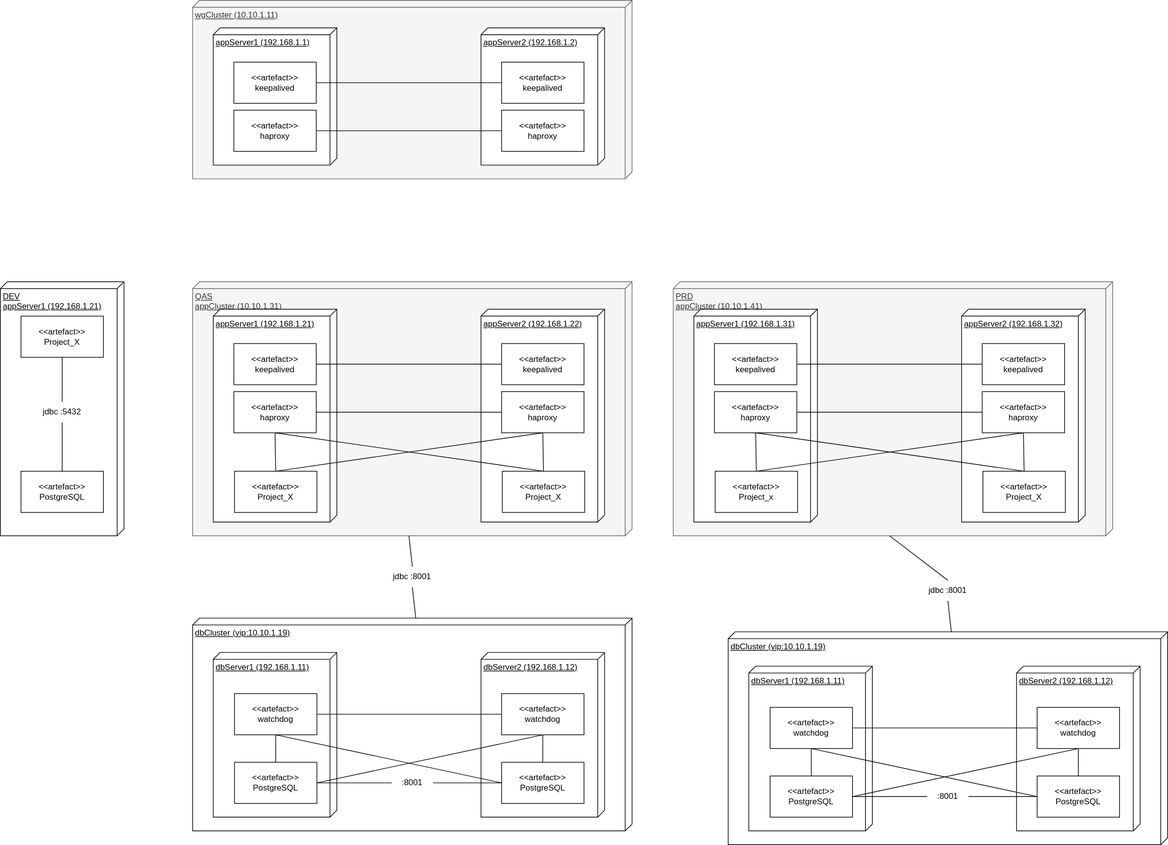
The draw.io diagram DeployDiagram.svg in LordOfPhys/project_x, before a commit. Source tidied: cells renumbered, new cells last; positions are measured from the earlier drawing's top-left corner, leaving out a move shared by most shapes.
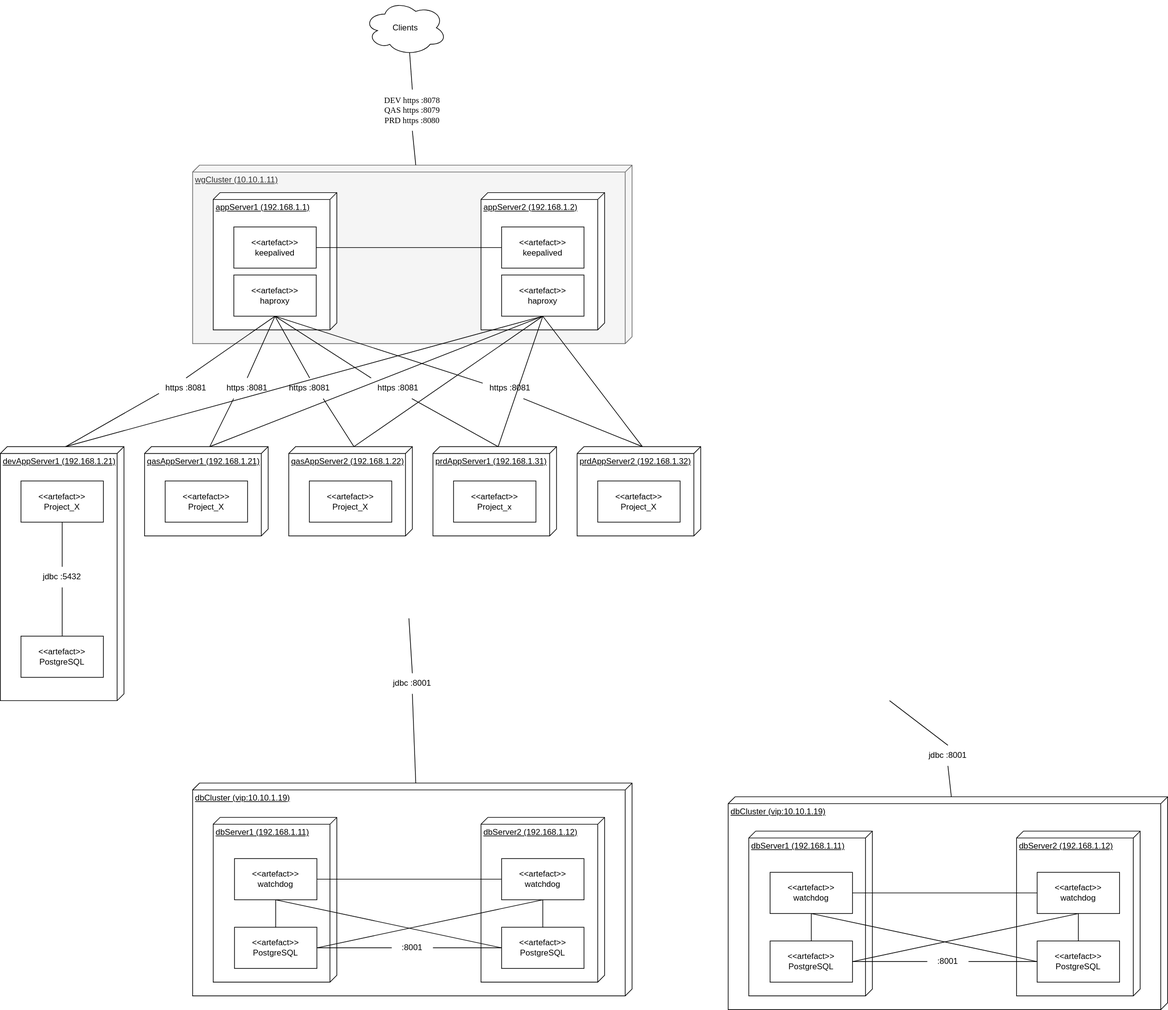
Later version of the same file.

Change to the diagram source:
```diff
@@ -7,7 +7,4 @@
     </mxCell>
-    <mxCell id="3" value="PRD&lt;br&gt;appCluster (10.10.1.41)" style="verticalAlign=top;align=left;spacingTop=8;spacingLeft=2;spacingRight=12;shape=cube;size=10;direction=south;fontStyle=4;html=1;fillColor=#f5f5f5;fontColor=#333333;strokeColor=#666666;" parent="1" vertex="1">
-      <mxGeometry x="980" y="410" width="640" height="370" as="geometry" />
-    </mxCell>
-    <mxCell id="4" value="appServer2 (192.168.1.32)" style="verticalAlign=top;align=left;spacingTop=8;spacingLeft=2;spacingRight=12;shape=cube;size=10;direction=south;fontStyle=4;html=1;" parent="1" vertex="1">
-      <mxGeometry x="1400" y="450" width="180" height="310" as="geometry" />
+    <mxCell id="4" value="prdAppServer2 (192.168.1.32)" style="verticalAlign=top;align=left;spacingTop=8;spacingLeft=2;spacingRight=12;shape=cube;size=10;direction=south;fontStyle=4;html=1;" parent="1" vertex="1">
+      <mxGeometry x="840" y="410" width="180" height="130" as="geometry" />
     </mxCell>
@@ -19,4 +16,4 @@
     </mxCell>
-    <mxCell id="7" value="appServer1 (192.168.1.31)" style="verticalAlign=top;align=left;spacingTop=8;spacingLeft=2;spacingRight=12;shape=cube;size=10;direction=south;fontStyle=4;html=1;" parent="1" vertex="1">
-      <mxGeometry x="1010" y="450" width="180" height="310" as="geometry" />
+    <mxCell id="7" value="prdAppServer1 (192.168.1.31)" style="verticalAlign=top;align=left;spacingTop=8;spacingLeft=2;spacingRight=12;shape=cube;size=10;direction=south;fontStyle=4;html=1;" parent="1" vertex="1">
+      <mxGeometry x="630" y="410" width="180" height="130" as="geometry" />
     </mxCell>
@@ -31,17 +28,2 @@
     </mxCell>
-    <mxCell id="11" style="endArrow=none;html=1;rounded=0;entryX=1;entryY=0.5;entryDx=0;entryDy=0;exitX=0;exitY=0.5;exitDx=0;exitDy=0;" parent="1" edge="1" source="28" target="27">
-      <mxGeometry relative="1" as="geometry" />
-    </mxCell>
-    <mxCell id="12" style="endArrow=none;html=1;rounded=0;entryX=0.5;entryY=1;entryDx=0;entryDy=0;exitX=0.5;exitY=0;exitDx=0;exitDy=0;" parent="1" edge="1" source="34" target="29">
-      <mxGeometry relative="1" as="geometry" />
-    </mxCell>
-    <mxCell id="13" style="endArrow=none;html=1;rounded=0;exitX=0.5;exitY=1;exitDx=0;exitDy=0;entryX=0.5;entryY=0;entryDx=0;entryDy=0;" parent="1" edge="1" source="30" target="32">
-      <mxGeometry relative="1" as="geometry" />
-    </mxCell>
-    <mxCell id="14" style="endArrow=none;html=1;rounded=0;entryX=0.25;entryY=0;entryDx=0;entryDy=0;exitX=0.25;exitY=1;exitDx=0;exitDy=0;" parent="1" edge="1">
-      <mxGeometry relative="1" as="geometry">
-        <mxPoint x="1485" y="690" as="sourcePoint" />
-        <mxPoint x="1485" y="700" as="targetPoint" />
-      </mxGeometry>
-    </mxCell>
     <mxCell id="15" style="endArrow=none;html=1;rounded=0;entryX=0;entryY=0;entryDx=0;entryDy=315;entryPerimeter=0;exitX=0.5;exitY=1;exitDx=0;exitDy=0;startArrow=none;" parent="1" edge="1" source="16" target="2">
@@ -52,4 +34,6 @@
     </mxCell>
-    <mxCell id="17" style="endArrow=none;html=1;rounded=0;entryX=0.5;entryY=0;entryDx=0;entryDy=0;exitX=0;exitY=0;exitDx=370;exitDy=325;exitPerimeter=0;" parent="1" edge="1" source="3" target="16">
-      <mxGeometry relative="1" as="geometry" />
+    <mxCell id="17" style="endArrow=none;html=1;rounded=0;entryX=0.5;entryY=0;entryDx=0;entryDy=0;exitX=0;exitY=0;exitDx=370;exitDy=325;exitPerimeter=0;" parent="1" edge="1" target="16">
+      <mxGeometry relative="1" as="geometry">
+        <mxPoint x="1295" y="780" as="sourcePoint" />
+      </mxGeometry>
     </mxCell>
@@ -82,29 +66,8 @@
     </mxCell>
-    <mxCell id="27" value="&amp;lt;&amp;lt;artefact&amp;gt;&amp;gt;&lt;br style=&quot;padding: 0px; margin: 0px;&quot;&gt;keepalived" style="rounded=0;whiteSpace=wrap;html=1;" parent="1" vertex="1">
-      <mxGeometry x="1040" y="500" width="120" height="60" as="geometry" />
-    </mxCell>
-    <mxCell id="28" value="&amp;lt;&amp;lt;artefact&amp;gt;&amp;gt;&lt;br style=&quot;padding: 0px; margin: 0px;&quot;&gt;keepalived" style="rounded=0;whiteSpace=wrap;html=1;" parent="1" vertex="1">
-      <mxGeometry x="1430" y="500" width="120" height="60" as="geometry" />
-    </mxCell>
-    <mxCell id="29" value="&amp;lt;&amp;lt;artefact&amp;gt;&amp;gt;&lt;br style=&quot;padding: 0px; margin: 0px;&quot;&gt;haproxy" style="rounded=0;whiteSpace=wrap;html=1;" parent="1" vertex="1">
-      <mxGeometry x="1040" y="570" width="120" height="60" as="geometry" />
-    </mxCell>
-    <mxCell id="30" value="&amp;lt;&amp;lt;artefact&amp;gt;&amp;gt;&lt;br style=&quot;padding: 0px; margin: 0px;&quot;&gt;haproxy" style="rounded=0;whiteSpace=wrap;html=1;" parent="1" vertex="1">
-      <mxGeometry x="1430" y="570" width="120" height="60" as="geometry" />
-    </mxCell>
-    <mxCell id="31" style="endArrow=none;html=1;rounded=0;entryX=1;entryY=0.5;entryDx=0;entryDy=0;exitX=0;exitY=0.5;exitDx=0;exitDy=0;" parent="1" edge="1" source="30" target="29">
-      <mxGeometry relative="1" as="geometry" />
-    </mxCell>
     <mxCell id="32" value="&amp;lt;&amp;lt;artefact&amp;gt;&amp;gt;&lt;br style=&quot;padding: 0px; margin: 0px;&quot;&gt;Project_x" style="rounded=0;whiteSpace=wrap;html=1;" parent="1" vertex="1">
-      <mxGeometry x="1041" y="686" width="120" height="60" as="geometry" />
+      <mxGeometry x="660" y="460" width="120" height="60" as="geometry" />
     </mxCell>
-    <mxCell id="33" style="endArrow=none;html=1;rounded=0;entryX=0.5;entryY=1;entryDx=0;entryDy=0;exitX=0.5;exitY=0;exitDx=0;exitDy=0;" parent="1" edge="1" source="32" target="29">
-      <mxGeometry relative="1" as="geometry" />
-    </mxCell>
     <mxCell id="34" value="&amp;lt;&amp;lt;artefact&amp;gt;&amp;gt;&lt;br style=&quot;padding: 0px; margin: 0px;&quot;&gt;Project_X" style="rounded=0;whiteSpace=wrap;html=1;" parent="1" vertex="1">
-      <mxGeometry x="1431" y="686" width="120" height="60" as="geometry" />
+      <mxGeometry x="870" y="460" width="120" height="60" as="geometry" />
     </mxCell>
-    <mxCell id="35" style="endArrow=none;html=1;rounded=0;entryX=0.5;entryY=1;entryDx=0;entryDy=0;exitX=0.5;exitY=0;exitDx=0;exitDy=0;" parent="1" edge="1" source="34" target="30">
-      <mxGeometry relative="1" as="geometry" />
-    </mxCell>
     <mxCell id="36" value="dbCluster (vip:10.10.1.19)" style="verticalAlign=top;align=left;spacingTop=8;spacingLeft=2;spacingRight=12;shape=cube;size=10;direction=south;fontStyle=4;html=1;" parent="1" vertex="1">
@@ -112,7 +75,4 @@
     </mxCell>
-    <mxCell id="37" value="QAS&lt;br&gt;appCluster (10.10.1.31)" style="verticalAlign=top;align=left;spacingTop=8;spacingLeft=2;spacingRight=12;shape=cube;size=10;direction=south;fontStyle=4;html=1;fillColor=#f5f5f5;fontColor=#333333;strokeColor=#666666;" parent="1" vertex="1">
-      <mxGeometry x="280" y="410" width="640" height="370" as="geometry" />
-    </mxCell>
-    <mxCell id="38" value="appServer2 (192.168.1.22)" style="verticalAlign=top;align=left;spacingTop=8;spacingLeft=2;spacingRight=12;shape=cube;size=10;direction=south;fontStyle=4;html=1;" parent="1" vertex="1">
-      <mxGeometry x="700" y="450" width="180" height="310" as="geometry" />
+    <mxCell id="38" value="qasAppServer2 (192.168.1.22)" style="verticalAlign=top;align=left;spacingTop=8;spacingLeft=2;spacingRight=12;shape=cube;size=10;direction=south;fontStyle=4;html=1;" parent="1" vertex="1">
+      <mxGeometry x="420" y="410" width="180" height="130" as="geometry" />
     </mxCell>
@@ -124,4 +84,4 @@
     </mxCell>
-    <mxCell id="41" value="appServer1 (192.168.1.21)" style="verticalAlign=top;align=left;spacingTop=8;spacingLeft=2;spacingRight=12;shape=cube;size=10;direction=south;fontStyle=4;html=1;" parent="1" vertex="1">
-      <mxGeometry x="310" y="450" width="180" height="310" as="geometry" />
+    <mxCell id="41" value="qasAppServer1 (192.168.1.21)" style="verticalAlign=top;align=left;spacingTop=8;spacingLeft=2;spacingRight=12;shape=cube;size=10;direction=south;fontStyle=4;html=1;" parent="1" vertex="1">
+      <mxGeometry x="210" y="410" width="180" height="130" as="geometry" />
     </mxCell>
@@ -136,17 +96,2 @@
     </mxCell>
-    <mxCell id="45" style="endArrow=none;html=1;rounded=0;entryX=1;entryY=0.5;entryDx=0;entryDy=0;exitX=0;exitY=0.5;exitDx=0;exitDy=0;" parent="1" edge="1" source="62" target="61">
-      <mxGeometry relative="1" as="geometry" />
-    </mxCell>
-    <mxCell id="46" style="endArrow=none;html=1;rounded=0;entryX=0.5;entryY=1;entryDx=0;entryDy=0;exitX=0.5;exitY=0;exitDx=0;exitDy=0;" parent="1" edge="1" source="68" target="63">
-      <mxGeometry relative="1" as="geometry" />
-    </mxCell>
-    <mxCell id="47" style="endArrow=none;html=1;rounded=0;exitX=0.5;exitY=1;exitDx=0;exitDy=0;entryX=0.5;entryY=0;entryDx=0;entryDy=0;" parent="1" edge="1" source="64" target="66">
-      <mxGeometry relative="1" as="geometry" />
-    </mxCell>
-    <mxCell id="48" style="endArrow=none;html=1;rounded=0;entryX=0.25;entryY=0;entryDx=0;entryDy=0;exitX=0.25;exitY=1;exitDx=0;exitDy=0;" parent="1" edge="1">
-      <mxGeometry relative="1" as="geometry">
-        <mxPoint x="785" y="690" as="sourcePoint" />
-        <mxPoint x="785" y="700" as="targetPoint" />
-      </mxGeometry>
-    </mxCell>
     <mxCell id="49" style="endArrow=none;html=1;rounded=0;entryX=0;entryY=0;entryDx=0;entryDy=315;entryPerimeter=0;exitX=0.5;exitY=1;exitDx=0;exitDy=0;startArrow=none;" parent="1" edge="1" source="50" target="36">
@@ -155,6 +100,8 @@
     <mxCell id="50" value="jdbc :8001" style="text;html=1;strokeColor=none;fillColor=none;align=center;verticalAlign=middle;whiteSpace=wrap;rounded=0;" parent="1" vertex="1">
-      <mxGeometry x="570" y="825" width="60" height="30" as="geometry" />
+      <mxGeometry x="570" y="740" width="60" height="30" as="geometry" />
     </mxCell>
-    <mxCell id="51" style="endArrow=none;html=1;rounded=0;entryX=0.5;entryY=0;entryDx=0;entryDy=0;exitX=0;exitY=0;exitDx=370;exitDy=325;exitPerimeter=0;" parent="1" edge="1" source="37" target="50">
-      <mxGeometry relative="1" as="geometry" />
+    <mxCell id="51" style="endArrow=none;html=1;rounded=0;exitX=0;exitY=0;exitDx=250;exitDy=325;exitPerimeter=0;entryX=0.5;entryY=0;entryDx=0;entryDy=0;" parent="1" edge="1" target="50">
+      <mxGeometry relative="1" as="geometry">
+        <mxPoint x="595" y="660" as="sourcePoint" />
+      </mxGeometry>
     </mxCell>
@@ -187,30 +134,9 @@
     </mxCell>
-    <mxCell id="61" value="&amp;lt;&amp;lt;artefact&amp;gt;&amp;gt;&lt;br style=&quot;padding: 0px; margin: 0px;&quot;&gt;keepalived" style="rounded=0;whiteSpace=wrap;html=1;" parent="1" vertex="1">
-      <mxGeometry x="340" y="500" width="120" height="60" as="geometry" />
-    </mxCell>
-    <mxCell id="62" value="&amp;lt;&amp;lt;artefact&amp;gt;&amp;gt;&lt;br style=&quot;padding: 0px; margin: 0px;&quot;&gt;keepalived" style="rounded=0;whiteSpace=wrap;html=1;" parent="1" vertex="1">
-      <mxGeometry x="730" y="500" width="120" height="60" as="geometry" />
-    </mxCell>
-    <mxCell id="63" value="&amp;lt;&amp;lt;artefact&amp;gt;&amp;gt;&lt;br style=&quot;padding: 0px; margin: 0px;&quot;&gt;haproxy" style="rounded=0;whiteSpace=wrap;html=1;" parent="1" vertex="1">
-      <mxGeometry x="340" y="570" width="120" height="60" as="geometry" />
-    </mxCell>
-    <mxCell id="64" value="&amp;lt;&amp;lt;artefact&amp;gt;&amp;gt;&lt;br style=&quot;padding: 0px; margin: 0px;&quot;&gt;haproxy" style="rounded=0;whiteSpace=wrap;html=1;" parent="1" vertex="1">
-      <mxGeometry x="730" y="570" width="120" height="60" as="geometry" />
-    </mxCell>
-    <mxCell id="65" style="endArrow=none;html=1;rounded=0;entryX=1;entryY=0.5;entryDx=0;entryDy=0;exitX=0;exitY=0.5;exitDx=0;exitDy=0;" parent="1" edge="1" source="64" target="63">
-      <mxGeometry relative="1" as="geometry" />
-    </mxCell>
     <mxCell id="66" value="&amp;lt;&amp;lt;artefact&amp;gt;&amp;gt;&lt;br style=&quot;padding: 0px; margin: 0px;&quot;&gt;Project_X" style="rounded=0;whiteSpace=wrap;html=1;" parent="1" vertex="1">
-      <mxGeometry x="341" y="686" width="120" height="60" as="geometry" />
+      <mxGeometry x="240" y="460" width="120" height="60" as="geometry" />
     </mxCell>
-    <mxCell id="67" style="endArrow=none;html=1;rounded=0;entryX=0.5;entryY=1;entryDx=0;entryDy=0;exitX=0.5;exitY=0;exitDx=0;exitDy=0;" parent="1" edge="1" source="66" target="63">
-      <mxGeometry relative="1" as="geometry" />
-    </mxCell>
     <mxCell id="68" value="&amp;lt;&amp;lt;artefact&amp;gt;&amp;gt;&lt;br style=&quot;padding: 0px; margin: 0px;&quot;&gt;Project_X" style="rounded=0;whiteSpace=wrap;html=1;" parent="1" vertex="1">
-      <mxGeometry x="731" y="686" width="120" height="60" as="geometry" />
+      <mxGeometry x="450" y="460" width="120" height="60" as="geometry" />
     </mxCell>
-    <mxCell id="69" style="endArrow=none;html=1;rounded=0;entryX=0.5;entryY=1;entryDx=0;entryDy=0;exitX=0.5;exitY=0;exitDx=0;exitDy=0;" parent="1" edge="1" source="68" target="64">
-      <mxGeometry relative="1" as="geometry" />
-    </mxCell>
-    <mxCell id="70" value="DEV &lt;br&gt;appServer1 (192.168.1.21)" style="verticalAlign=top;align=left;spacingTop=8;spacingLeft=2;spacingRight=12;shape=cube;size=10;direction=south;fontStyle=4;html=1;" parent="1" vertex="1">
+    <mxCell id="70" value="devAppServer1 (192.168.1.21)" style="verticalAlign=top;align=left;spacingTop=8;spacingLeft=2;spacingRight=12;shape=cube;size=10;direction=south;fontStyle=4;html=1;" parent="1" vertex="1">
       <mxGeometry y="410" width="180" height="370" as="geometry" />
@@ -244,5 +170,2 @@
     </mxCell>
-    <mxCell id="80" style="endArrow=none;html=1;rounded=0;entryX=1;entryY=0.5;entryDx=0;entryDy=0;exitX=0;exitY=0.5;exitDx=0;exitDy=0;" parent="1" edge="1" source="79" target="78">
-      <mxGeometry relative="1" as="geometry" />
-    </mxCell>
     <mxCell id="81" value="&amp;lt;&amp;lt;artefact&amp;gt;&amp;gt;&lt;br style=&quot;padding: 0px; margin: 0px;&quot;&gt;Project_X" style="rounded=0;whiteSpace=wrap;html=1;" parent="1" vertex="1">
@@ -259,2 +182,74 @@
     </mxCell>
+    <mxCell id="85" style="endArrow=none;html=1;rounded=0;entryX=0.5;entryY=1;entryDx=0;entryDy=0;exitX=0.5;exitY=0;exitDx=0;exitDy=0;startArrow=none;" parent="1" edge="1" source="88" target="78">
+      <mxGeometry relative="1" as="geometry" />
+    </mxCell>
+    <mxCell id="86" style="endArrow=none;html=1;rounded=0;entryX=0.5;entryY=1;entryDx=0;entryDy=0;exitX=0.5;exitY=0;exitDx=0;exitDy=0;startArrow=none;" parent="1" edge="1" source="90" target="78">
+      <mxGeometry relative="1" as="geometry" />
+    </mxCell>
+    <mxCell id="87" style="endArrow=none;html=1;rounded=0;entryX=0.5;entryY=1;entryDx=0;entryDy=0;exitX=0.5;exitY=0;exitDx=0;exitDy=0;startArrow=none;" parent="1" edge="1" source="92" target="78">
+      <mxGeometry relative="1" as="geometry" />
+    </mxCell>
+    <mxCell id="88" value="https :8081" style="text;html=1;strokeColor=none;fillColor=none;align=center;verticalAlign=middle;whiteSpace=wrap;rounded=0;" parent="1" vertex="1">
+      <mxGeometry x="231" y="310" width="79" height="30" as="geometry" />
+    </mxCell>
+    <mxCell id="89" style="endArrow=none;html=1;rounded=0;entryX=0;entryY=0.75;entryDx=0;entryDy=0;exitX=0;exitY=0;exitDx=0;exitDy=85;exitPerimeter=0;" parent="1" edge="1" source="70" target="88">
+      <mxGeometry relative="1" as="geometry" />
+    </mxCell>
+    <mxCell id="90" value="https :8081" style="text;html=1;strokeColor=none;fillColor=none;align=center;verticalAlign=middle;whiteSpace=wrap;rounded=0;" parent="1" vertex="1">
+      <mxGeometry x="320" y="310" width="79" height="30" as="geometry" />
+    </mxCell>
+    <mxCell id="91" style="endArrow=none;html=1;rounded=0;entryX=0.25;entryY=1;entryDx=0;entryDy=0;exitX=0;exitY=0;exitDx=0;exitDy=85;exitPerimeter=0;" parent="1" edge="1" source="41" target="90">
+      <mxGeometry relative="1" as="geometry" />
+    </mxCell>
+    <mxCell id="92" value="https :8081" style="text;html=1;strokeColor=none;fillColor=none;align=center;verticalAlign=middle;whiteSpace=wrap;rounded=0;" parent="1" vertex="1">
+      <mxGeometry x="411" y="310" width="79" height="30" as="geometry" />
+    </mxCell>
+    <mxCell id="93" style="endArrow=none;html=1;rounded=0;entryX=0.75;entryY=1;entryDx=0;entryDy=0;exitX=0;exitY=0;exitDx=0;exitDy=85;exitPerimeter=0;" parent="1" edge="1" source="38" target="92">
+      <mxGeometry relative="1" as="geometry" />
+    </mxCell>
+    <mxCell id="94" style="endArrow=none;html=1;rounded=0;exitX=0.5;exitY=0;exitDx=0;exitDy=0;startArrow=none;entryX=0.55;entryY=0.95;entryDx=0;entryDy=0;entryPerimeter=0;" parent="1" edge="1" source="96" target="95">
+      <mxGeometry relative="1" as="geometry" />
+    </mxCell>
+    <mxCell id="95" value="Clients" style="ellipse;shape=cloud;whiteSpace=wrap;html=1;" parent="1" vertex="1">
+      <mxGeometry x="530" y="-240" width="120" height="80" as="geometry" />
+    </mxCell>
+    <mxCell id="96" value="&lt;font face=&quot;Lucida Console&quot;&gt;DEV https :8078&lt;br&gt;QAS https :8079&lt;br&gt;PRD https :8080&lt;/font&gt;" style="text;html=1;strokeColor=none;fillColor=none;align=center;verticalAlign=middle;whiteSpace=wrap;rounded=0;" parent="1" vertex="1">
+      <mxGeometry x="505" y="-110" width="190" height="60" as="geometry" />
+    </mxCell>
+    <mxCell id="97" style="endArrow=none;html=1;rounded=0;exitX=0;exitY=0;exitDx=0;exitDy=315;startArrow=none;entryX=0.5;entryY=1;entryDx=0;entryDy=0;exitPerimeter=0;" parent="1" edge="1" source="72" target="96">
+      <mxGeometry relative="1" as="geometry" />
+    </mxCell>
+    <mxCell id="98" style="endArrow=none;html=1;rounded=0;entryX=0.5;entryY=1;entryDx=0;entryDy=0;startArrow=none;exitX=0;exitY=0;exitDx=0;exitDy=0;" parent="1" edge="1" source="99" target="78">
+      <mxGeometry relative="1" as="geometry" />
+    </mxCell>
+    <mxCell id="99" value="https :8081" style="text;html=1;strokeColor=none;fillColor=none;align=center;verticalAlign=middle;whiteSpace=wrap;rounded=0;" parent="1" vertex="1">
+      <mxGeometry x="540" y="310" width="79" height="30" as="geometry" />
+    </mxCell>
+    <mxCell id="100" style="endArrow=none;html=1;rounded=0;entryX=0.75;entryY=1;entryDx=0;entryDy=0;startArrow=none;exitX=0;exitY=0;exitDx=0;exitDy=85;exitPerimeter=0;" parent="1" edge="1" source="7" target="99">
+      <mxGeometry relative="1" as="geometry" />
+    </mxCell>
+    <mxCell id="101" style="endArrow=none;html=1;rounded=0;entryX=0.5;entryY=1;entryDx=0;entryDy=0;startArrow=none;exitX=0;exitY=0.25;exitDx=0;exitDy=0;" parent="1" edge="1" source="102" target="78">
+      <mxGeometry relative="1" as="geometry" />
+    </mxCell>
+    <mxCell id="102" value="https :8081" style="text;html=1;strokeColor=none;fillColor=none;align=center;verticalAlign=middle;whiteSpace=wrap;rounded=0;" parent="1" vertex="1">
+      <mxGeometry x="702.5" y="310" width="79" height="30" as="geometry" />
+    </mxCell>
+    <mxCell id="103" style="endArrow=none;html=1;rounded=0;entryX=0.75;entryY=1;entryDx=0;entryDy=0;startArrow=none;exitX=0;exitY=0;exitDx=0;exitDy=85;exitPerimeter=0;" parent="1" edge="1" source="4" target="102">
+      <mxGeometry relative="1" as="geometry" />
+    </mxCell>
+    <mxCell id="104" style="endArrow=none;html=1;rounded=0;entryX=0.5;entryY=1;entryDx=0;entryDy=0;startArrow=none;exitX=0;exitY=0;exitDx=0;exitDy=85;exitPerimeter=0;" parent="1" edge="1" source="70" target="79">
+      <mxGeometry relative="1" as="geometry" />
+    </mxCell>
+    <mxCell id="105" style="endArrow=none;html=1;rounded=0;entryX=0.5;entryY=1;entryDx=0;entryDy=0;startArrow=none;exitX=0;exitY=0;exitDx=0;exitDy=85;exitPerimeter=0;" parent="1" edge="1" source="41" target="79">
+      <mxGeometry relative="1" as="geometry" />
+    </mxCell>
+    <mxCell id="106" style="endArrow=none;html=1;rounded=0;entryX=0.5;entryY=1;entryDx=0;entryDy=0;startArrow=none;exitX=0;exitY=0;exitDx=0;exitDy=85;exitPerimeter=0;" parent="1" edge="1" source="38" target="79">
+      <mxGeometry relative="1" as="geometry" />
+    </mxCell>
+    <mxCell id="107" style="endArrow=none;html=1;rounded=0;entryX=0.5;entryY=1;entryDx=0;entryDy=0;startArrow=none;exitX=0;exitY=0;exitDx=0;exitDy=85;exitPerimeter=0;" parent="1" edge="1" source="7" target="79">
+      <mxGeometry relative="1" as="geometry" />
+    </mxCell>
+    <mxCell id="108" style="endArrow=none;html=1;rounded=0;entryX=0.5;entryY=1;entryDx=0;entryDy=0;startArrow=none;exitX=0;exitY=0;exitDx=0;exitDy=85;exitPerimeter=0;" parent="1" edge="1" source="4" target="79">
+      <mxGeometry relative="1" as="geometry" />
+    </mxCell>
   </root>
```
